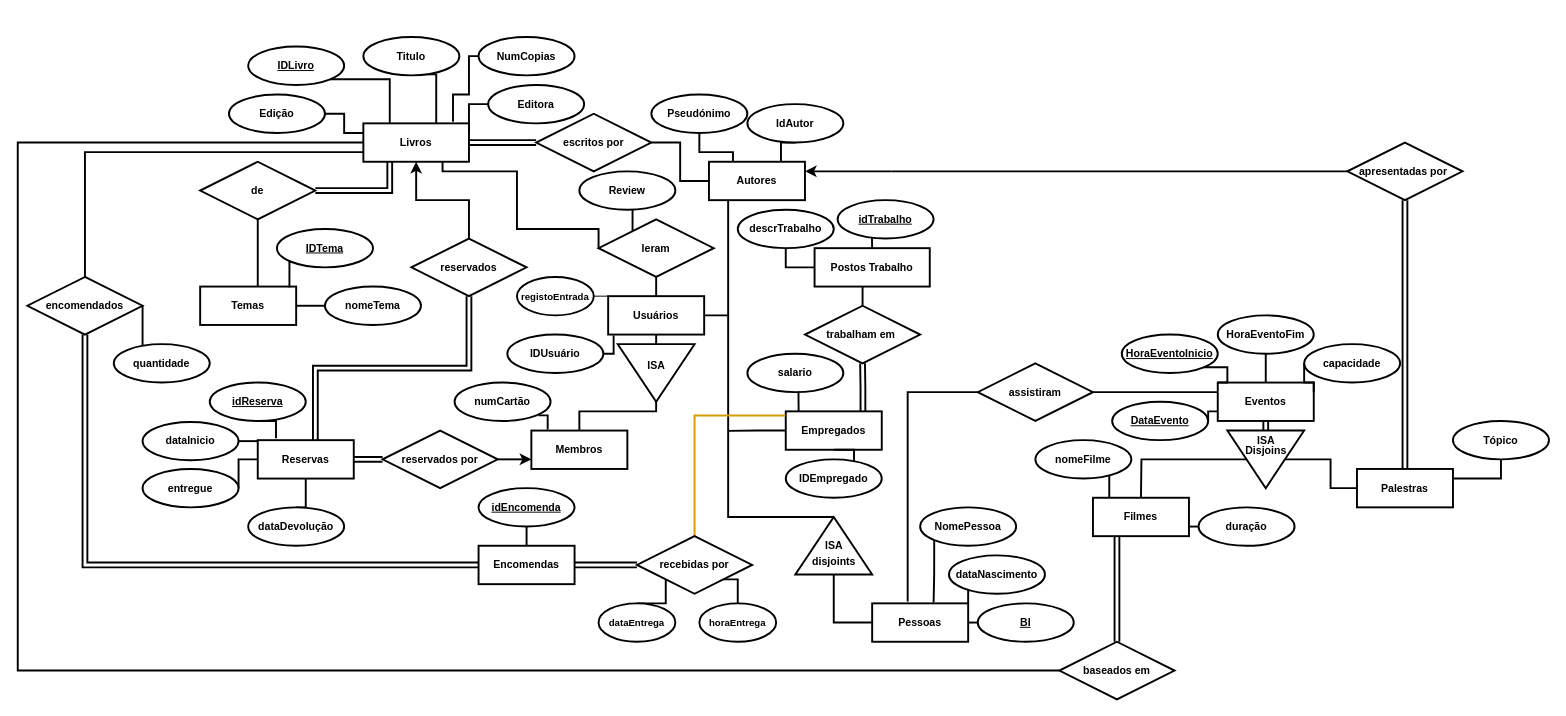
Before: Untitled Diagram.drawio in bfibraga/bd-project, a draw.io diagram. Source tidied: cells renumbered, new cells numbered last; positions are measured from the earlier drawing's top-left corner, leaving out a move shared by most shapes. Both pictures are drawn from the tidied source at 96%, with x=0, y=0 at pixel (17, 36).
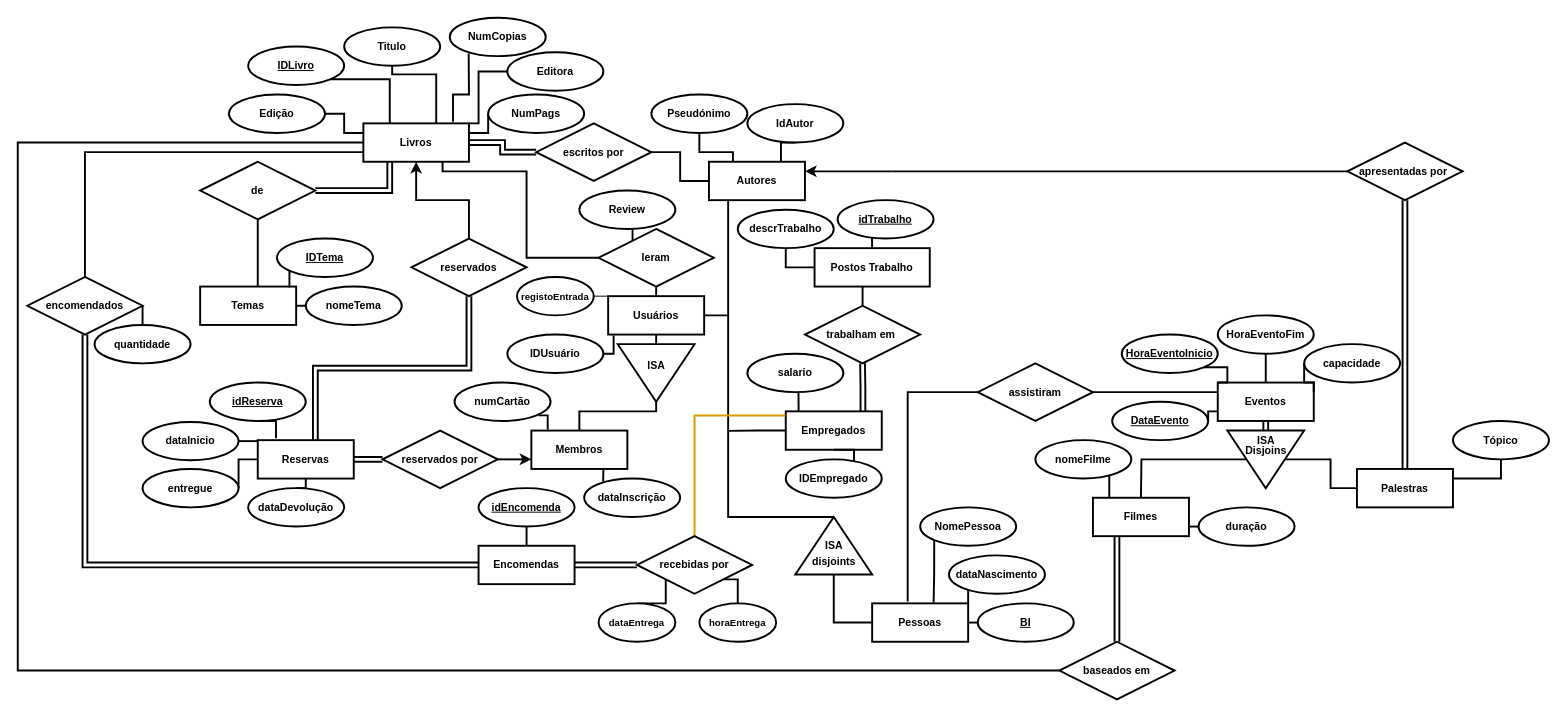
Above is the later version.

Unchanged cells that the change refers to:
```xml
<mxCell id="6" value="Livros" style="whiteSpace=wrap;html=1;align=center;strokeWidth=2;fontStyle=1;fontSize=11;" parent="1" vertex="1">
  <mxGeometry x="360" y="90" width="110" height="40" as="geometry" />
</mxCell>
<mxCell id="53" value="Membros" style="whiteSpace=wrap;html=1;align=center;strokeWidth=2;fontStyle=1;fontSize=11;" parent="1" vertex="1">
  <mxGeometry x="535" y="410" width="100" height="40" as="geometry" />
</mxCell>
```

What changed in the source:
```diff
@@
+    <mxCell id="137" style="edgeStyle=orthogonalEdgeStyle;rounded=0;jettySize=auto;html=1;exitX=1;exitY=0.25;exitDx=0;exitDy=0;entryX=0;entryY=0.5;entryDx=0;entryDy=0;endArrow=none;endFill=0;strokeWidth=2;" parent="1" edge="1" source="6" target="139">
+      <mxGeometry relative="1" as="geometry" />
+    </mxCell>
@@
     <mxCell id="10" value="Titulo" style="ellipse;whiteSpace=wrap;html=1;align=center;strokeWidth=2;fontStyle=1;fontSize=11;" parent="1" vertex="1">
-      <mxGeometry x="360" width="100" height="40" as="geometry" />
+      <mxGeometry x="340" y="-10" width="100" height="40" as="geometry" />
     </mxCell>
-    <mxCell id="11" style="edgeStyle=orthogonalEdgeStyle;rounded=0;jettySize=auto;html=1;exitX=0;exitY=0.5;exitDx=0;exitDy=0;entryX=1;entryY=0.25;entryDx=0;entryDy=0;endArrow=none;endFill=0;strokeWidth=2;fontStyle=1;fontSize=11;" parent="1" edge="1" source="12" target="6">
-      <mxGeometry relative="1" as="geometry" />
+    <mxCell id="11" style="edgeStyle=orthogonalEdgeStyle;rounded=0;jettySize=auto;html=1;exitX=0;exitY=0.5;exitDx=0;exitDy=0;entryX=1;entryY=0;entryDx=0;entryDy=0;endArrow=none;endFill=0;strokeWidth=2;fontStyle=1;fontSize=11;" parent="1" edge="1" source="12" target="6">
+      <mxGeometry relative="1" as="geometry">
+        <Array as="points">
+          <mxPoint x="480" y="36" />
+          <mxPoint x="480" y="90" />
+        </Array>
+      </mxGeometry>
     </mxCell>
     <mxCell id="12" value="Editora" style="ellipse;whiteSpace=wrap;html=1;align=center;strokeWidth=2;fontStyle=1;fontSize=11;" parent="1" vertex="1">
-      <mxGeometry x="490" y="50" width="100" height="40" as="geometry" />
+      <mxGeometry x="510" y="16" width="100" height="40" as="geometry" />
     </mxCell>
@@
     <mxCell id="16" value="escritos por" style="shape=rhombus;perimeter=rhombusPerimeter;whiteSpace=wrap;html=1;align=center;strokeWidth=2;fontStyle=1;fontSize=11;" parent="1" vertex="1">
-      <mxGeometry x="540" y="80" width="120" height="60" as="geometry" />
+      <mxGeometry x="540" y="90" width="120" height="60" as="geometry" />
     </mxCell>
@@
     <mxCell id="28" value="nomeTema" style="ellipse;whiteSpace=wrap;html=1;align=center;strokeWidth=2;fontStyle=1;fontSize=11;" parent="1" vertex="1">
-      <mxGeometry x="320" y="260" width="100" height="40" as="geometry" />
+      <mxGeometry x="300" y="260" width="100" height="40" as="geometry" />
     </mxCell>
@@
+    <mxCell id="138" style="edgeStyle=orthogonalEdgeStyle;rounded=0;jettySize=auto;html=1;exitX=0.75;exitY=1;exitDx=0;exitDy=0;entryX=0.198;entryY=0.075;entryDx=0;entryDy=0;entryPerimeter=0;endArrow=none;endFill=0;strokeWidth=2;" parent="1" edge="1" source="53" target="140">
+      <mxGeometry relative="1" as="geometry" />
+    </mxCell>
@@
     <mxCell id="61" value="dataDevolução" style="ellipse;whiteSpace=wrap;html=1;align=center;strokeWidth=2;fontStyle=1;fontSize=11;" parent="1" vertex="1">
-      <mxGeometry x="240" y="490" width="100" height="40" as="geometry" />
+      <mxGeometry x="240" y="470" width="100" height="40" as="geometry" />
     </mxCell>
@@
     <mxCell id="83" value="quantidade" style="ellipse;whiteSpace=wrap;html=1;align=center;strokeWidth=2;fontStyle=1;fontSize=11;" parent="1" vertex="1">
-      <mxGeometry x="100" y="320" width="100" height="40" as="geometry" />
+      <mxGeometry x="80" y="300" width="100" height="40" as="geometry" />
     </mxCell>
@@
     <mxCell id="86" value="IDTema" style="ellipse;whiteSpace=wrap;html=1;align=center;fontStyle=5;strokeWidth=2;fontSize=11;" parent="1" vertex="1">
-      <mxGeometry x="270" y="200" width="100" height="40" as="geometry" />
+      <mxGeometry x="270" y="210" width="100" height="40" as="geometry" />
     </mxCell>
@@
     <mxCell id="125" value="leram" style="shape=rhombus;perimeter=rhombusPerimeter;whiteSpace=wrap;html=1;align=center;strokeWidth=2;fontStyle=1;fontSize=11;" parent="1" vertex="1">
-      <mxGeometry x="605" y="190" width="120" height="60" as="geometry" />
+      <mxGeometry x="605" y="200" width="120" height="60" as="geometry" />
     </mxCell>
     <mxCell id="126" style="endArrow=none;html=1;strokeWidth=2;exitX=0;exitY=0.5;exitDx=0;exitDy=0;edgeStyle=orthogonalEdgeStyle;rounded=0;entryX=0.75;entryY=1;entryDx=0;entryDy=0;" parent="1" edge="1" source="125" target="6">
       <mxGeometry relative="1" as="geometry">
         <Array as="points">
-          <mxPoint x="520" y="200" />
-          <mxPoint x="520" y="140" />
+          <mxPoint x="530" y="230" />
+          <mxPoint x="530" y="140" />
           <mxPoint x="443" y="140" />
         </Array>
       </mxGeometry>
     </mxCell>
@@
-    <mxCell id="133" style="edgeStyle=orthogonalEdgeStyle;rounded=0;jettySize=auto;html=1;exitX=0;exitY=0.5;exitDx=0;exitDy=0;entryX=0.849;entryY=-0.045;entryDx=0;entryDy=0;entryPerimeter=0;startArrow=none;startFill=0;endArrow=none;endFill=0;strokeColor=#000000;strokeWidth=2;" parent="1" edge="1" source="134" target="6">
+    <mxCell id="133" style="edgeStyle=orthogonalEdgeStyle;rounded=0;jettySize=auto;html=1;exitX=0.197;exitY=0.933;exitDx=0;exitDy=0;entryX=0.849;entryY=-0.045;entryDx=0;entryDy=0;entryPerimeter=0;startArrow=none;startFill=0;endArrow=none;endFill=0;strokeColor=#000000;strokeWidth=2;exitPerimeter=0;" parent="1" edge="1" source="134" target="6">
       <mxGeometry relative="1" as="geometry">
         <Array as="points">
           <mxPoint x="470" y="20" />
           <mxPoint x="470" y="60" />
           <mxPoint x="453" y="60" />
         </Array>
       </mxGeometry>
     </mxCell>
     <mxCell id="134" value="NumCopias" style="ellipse;whiteSpace=wrap;html=1;align=center;strokeWidth=2;fontStyle=1;fontSize=11;" parent="1" vertex="1">
-      <mxGeometry x="480" width="100" height="40" as="geometry" />
+      <mxGeometry x="450" y="-20" width="100" height="40" as="geometry" />
     </mxCell>
@@
     <mxCell id="136" value="Review" style="ellipse;whiteSpace=wrap;html=1;align=center;strokeWidth=2;fontStyle=1;fontSize=11;" parent="1" vertex="1">
-      <mxGeometry x="585" y="140" width="100" height="40" as="geometry" />
+      <mxGeometry x="585" y="160" width="100" height="40" as="geometry" />
     </mxCell>
+    <mxCell id="139" value="NumPags" style="ellipse;whiteSpace=wrap;html=1;align=center;strokeWidth=2;fontStyle=1;fontSize=11;" parent="1" vertex="1">
+      <mxGeometry x="490" y="60" width="100" height="40" as="geometry" />
+    </mxCell>
+    <mxCell id="140" value="dataInscrição" style="ellipse;whiteSpace=wrap;html=1;align=center;strokeWidth=2;fontStyle=1;fontSize=11;" parent="1" vertex="1">
+      <mxGeometry x="590" y="460" width="100" height="40" as="geometry" />
+    </mxCell>
```
